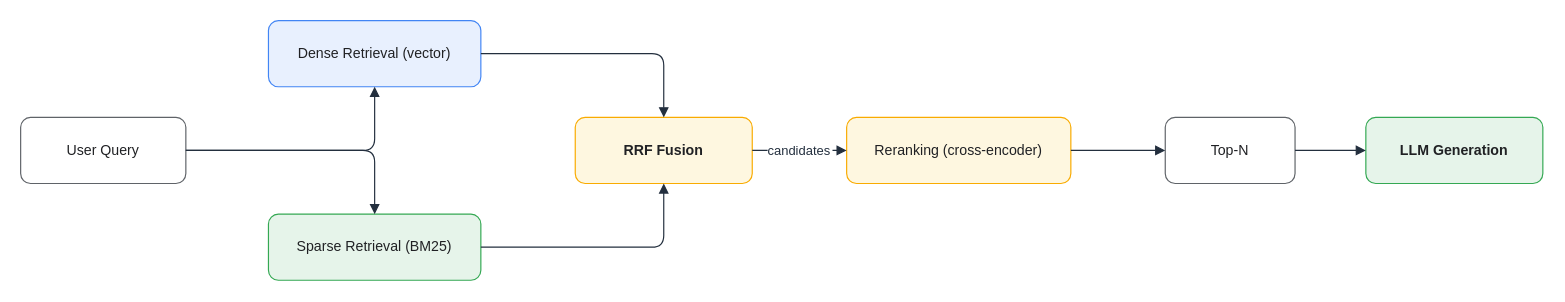
This is assets/img/ai/rag-04-hybrid-rerank.drawio from KKamJi98/kkamji98.github.io, a draw.io file, before an edit. Source tidied: cells renumbered, new cells numbered last; positions are measured from the earlier drawing's top-left corner, leaving out a move shared by most shapes. Both pictures are drawn from the tidied source at 118%, with x=0, y=0 at pixel (20, 20).
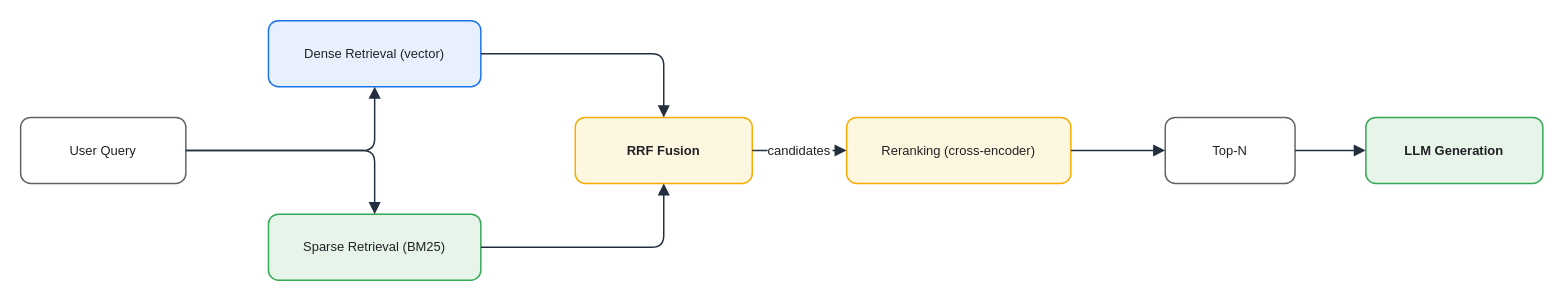
After the change.

Change to the diagram source:
```diff
@@
-<mxGraphModel>
+<mxGraphModel background="#FFFFFF">
   <root>
     <mxCell id="0" />
     <mxCell id="1" parent="0" />
-    <mxCell id="2" value="User Query" style="rounded=1;whiteSpace=wrap;html=0;fillColor=#FFFFFF;strokeColor=#5F6368;shadow=0;fontSize=12;fontColor=#202124;" parent="1" vertex="1">
+    <mxCell id="2" value="User Query" style="rounded=1;whiteSpace=wrap;html=0;fillColor=#FFFFFF;strokeColor=#5F6368;shadow=0;fontSize=11;fontColor=#202124;strokeWidth=1.25;" parent="1" vertex="1">
       <mxGeometry y="82" width="140" height="56" as="geometry" />
     </mxCell>
-    <mxCell id="3" value="Dense Retrieval (vector)" style="rounded=1;whiteSpace=wrap;html=0;fillColor=#E8F0FE;strokeColor=#4285F4;shadow=0;fontSize=12;fontColor=#202124;" parent="1" vertex="1">
+    <mxCell id="3" value="Dense Retrieval (vector)" style="rounded=1;whiteSpace=wrap;html=0;fillColor=#E8F0FE;strokeColor=#1A73E8;shadow=0;fontSize=11;fontColor=#202124;strokeWidth=1.25;" parent="1" vertex="1">
       <mxGeometry x="210" width="180" height="56" as="geometry" />
     </mxCell>
-    <mxCell id="4" value="Sparse Retrieval (BM25)" style="rounded=1;whiteSpace=wrap;html=0;fillColor=#E6F4EA;strokeColor=#34A853;shadow=0;fontSize=12;fontColor=#202124;" parent="1" vertex="1">
+    <mxCell id="4" value="Sparse Retrieval (BM25)" style="rounded=1;whiteSpace=wrap;html=0;fillColor=#E6F4EA;strokeColor=#34A853;shadow=0;fontSize=11;fontColor=#202124;strokeWidth=1.25;" parent="1" vertex="1">
       <mxGeometry x="210" y="164" width="180" height="56" as="geometry" />
     </mxCell>
-    <mxCell id="5" value="RRF Fusion" style="rounded=1;whiteSpace=wrap;html=0;fillColor=#FEF7E0;strokeColor=#F9AB00;shadow=0;fontSize=12;fontColor=#202124;fontStyle=1;" parent="1" vertex="1">
+    <mxCell id="5" value="RRF Fusion" style="rounded=1;whiteSpace=wrap;html=0;fillColor=#FEF7E0;strokeColor=#F9AB00;shadow=0;fontSize=11;fontColor=#202124;fontStyle=1;strokeWidth=1.25;" parent="1" vertex="1">
       <mxGeometry x="470" y="82" width="150" height="56" as="geometry" />
     </mxCell>
-    <mxCell id="6" value="Reranking (cross-encoder)" style="rounded=1;whiteSpace=wrap;html=0;fillColor=#FEF7E0;strokeColor=#F9AB00;shadow=0;fontSize=12;fontColor=#202124;" parent="1" vertex="1">
+    <mxCell id="6" value="Reranking (cross-encoder)" style="rounded=1;whiteSpace=wrap;html=0;fillColor=#FEF7E0;strokeColor=#F9AB00;shadow=0;fontSize=11;fontColor=#202124;strokeWidth=1.25;" parent="1" vertex="1">
       <mxGeometry x="700" y="82" width="190" height="56" as="geometry" />
     </mxCell>
-    <mxCell id="7" value="Top-N" style="rounded=1;whiteSpace=wrap;html=0;fillColor=#FFFFFF;strokeColor=#5F6368;shadow=0;fontSize=12;fontColor=#202124;" parent="1" vertex="1">
+    <mxCell id="7" value="Top-N" style="rounded=1;whiteSpace=wrap;html=0;fillColor=#FFFFFF;strokeColor=#5F6368;shadow=0;fontSize=11;fontColor=#202124;strokeWidth=1.25;" parent="1" vertex="1">
       <mxGeometry x="970" y="82" width="110" height="56" as="geometry" />
     </mxCell>
-    <mxCell id="8" value="LLM Generation" style="rounded=1;whiteSpace=wrap;html=0;fillColor=#E6F4EA;strokeColor=#34A853;shadow=0;fontSize=12;fontColor=#202124;fontStyle=1;" parent="1" vertex="1">
+    <mxCell id="8" value="LLM Generation" style="rounded=1;whiteSpace=wrap;html=0;fillColor=#E6F4EA;strokeColor=#34A853;shadow=0;fontSize=11;fontColor=#202124;fontStyle=1;strokeWidth=1.25;" parent="1" vertex="1">
       <mxGeometry x="1140" y="82" width="150" height="56" as="geometry" />
     </mxCell>
-    <mxCell id="9" style="edgeStyle=orthogonalEdgeStyle;rounded=1;html=0;endArrow=block;strokeColor=#232F3E;fontColor=#232F3E;" parent="1" edge="1" source="2" target="3">
+    <mxCell id="9" style="edgeStyle=orthogonalEdgeStyle;rounded=1;html=0;endArrow=block;strokeColor=#232F3E;fontColor=#202124;strokeWidth=1.25;endSize=7;" parent="1" edge="1" source="2" target="3">
       <mxGeometry relative="1" as="geometry" />
     </mxCell>
-    <mxCell id="10" style="edgeStyle=orthogonalEdgeStyle;rounded=1;html=0;endArrow=block;strokeColor=#232F3E;fontColor=#232F3E;" parent="1" edge="1" source="2" target="4">
+    <mxCell id="10" style="edgeStyle=orthogonalEdgeStyle;rounded=1;html=0;endArrow=block;strokeColor=#232F3E;fontColor=#202124;strokeWidth=1.25;endSize=7;" parent="1" edge="1" source="2" target="4">
       <mxGeometry relative="1" as="geometry" />
     </mxCell>
-    <mxCell id="11" style="edgeStyle=orthogonalEdgeStyle;rounded=1;html=0;endArrow=block;strokeColor=#232F3E;fontColor=#232F3E;" parent="1" edge="1" source="3" target="5">
+    <mxCell id="11" style="edgeStyle=orthogonalEdgeStyle;rounded=1;html=0;endArrow=block;strokeColor=#232F3E;fontColor=#202124;strokeWidth=1.25;endSize=7;" parent="1" edge="1" source="3" target="5">
       <mxGeometry relative="1" as="geometry" />
     </mxCell>
-    <mxCell id="12" style="edgeStyle=orthogonalEdgeStyle;rounded=1;html=0;endArrow=block;strokeColor=#232F3E;fontColor=#232F3E;" parent="1" edge="1" source="4" target="5">
+    <mxCell id="12" style="edgeStyle=orthogonalEdgeStyle;rounded=1;html=0;endArrow=block;strokeColor=#232F3E;fontColor=#202124;strokeWidth=1.25;endSize=7;" parent="1" edge="1" source="4" target="5">
       <mxGeometry relative="1" as="geometry" />
     </mxCell>
-    <mxCell id="13" value="candidates" style="edgeStyle=orthogonalEdgeStyle;rounded=1;html=0;endArrow=block;strokeColor=#232F3E;fontColor=#232F3E;fontSize=11;labelBackgroundColor=#FFFFFF;" parent="1" edge="1" source="5" target="6">
+    <mxCell id="13" value="candidates" style="edgeStyle=orthogonalEdgeStyle;rounded=1;html=0;endArrow=block;strokeColor=#232F3E;fontColor=#202124;fontSize=11;labelBackgroundColor=#FFFFFF;strokeWidth=1.25;endSize=7;" parent="1" edge="1" source="5" target="6">
       <mxGeometry relative="1" as="geometry" />
     </mxCell>
-    <mxCell id="14" style="edgeStyle=orthogonalEdgeStyle;rounded=1;html=0;endArrow=block;strokeColor=#232F3E;fontColor=#232F3E;" parent="1" edge="1" source="6" target="7">
+    <mxCell id="14" style="edgeStyle=orthogonalEdgeStyle;rounded=1;html=0;endArrow=block;strokeColor=#232F3E;fontColor=#202124;strokeWidth=1.25;endSize=7;" parent="1" edge="1" source="6" target="7">
       <mxGeometry relative="1" as="geometry" />
     </mxCell>
-    <mxCell id="15" style="edgeStyle=orthogonalEdgeStyle;rounded=1;html=0;endArrow=block;strokeColor=#232F3E;fontColor=#232F3E;" parent="1" edge="1" source="7" target="8">
+    <mxCell id="15" style="edgeStyle=orthogonalEdgeStyle;rounded=1;html=0;endArrow=block;strokeColor=#232F3E;fontColor=#202124;strokeWidth=1.25;endSize=7;" parent="1" edge="1" source="7" target="8">
       <mxGeometry relative="1" as="geometry" />
     </mxCell>
   </root>
 </mxGraphModel>
```
